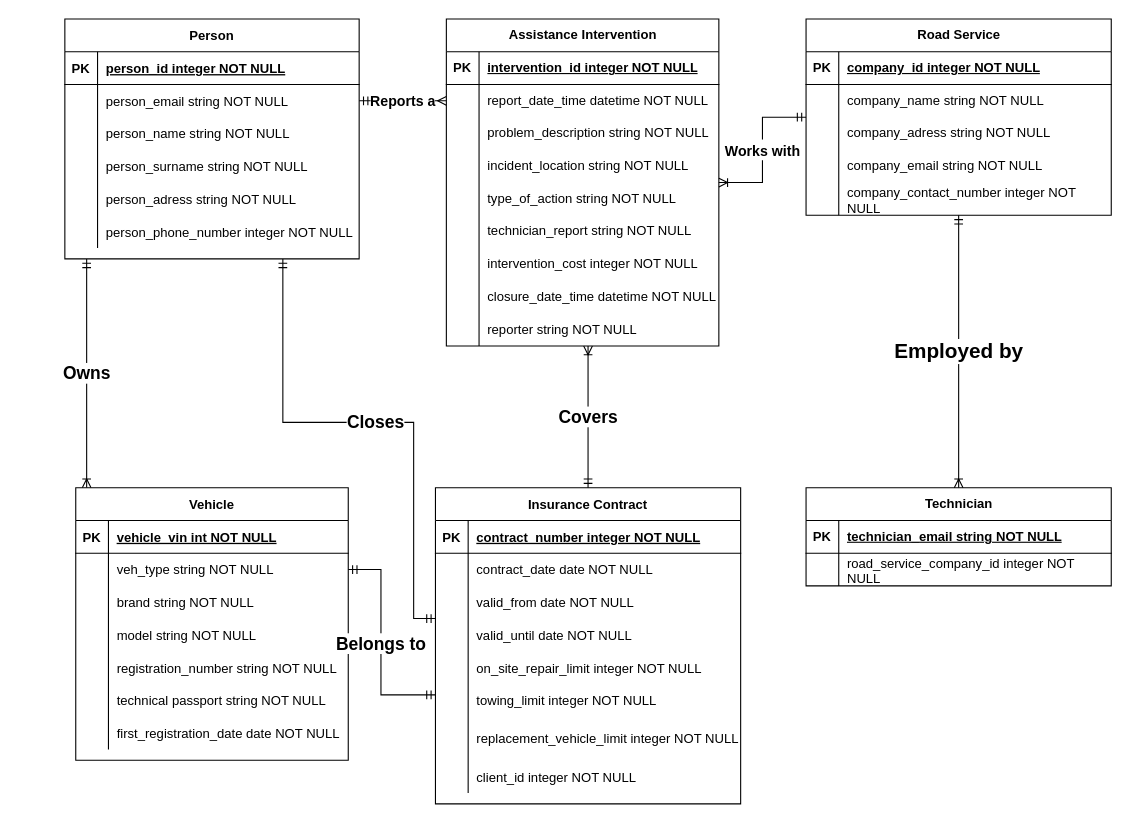
The draw.io diagram IUS DU.drawio in Phelete/IUS-Homework, before the edit. Source tidied: cells renumbered, new cells numbered last; positions are measured from the earlier drawing's top-left corner, leaving out a move shared by most shapes. Both pictures are drawn from the tidied source at 109%, with x=0, y=0 at pixel (64, 19).
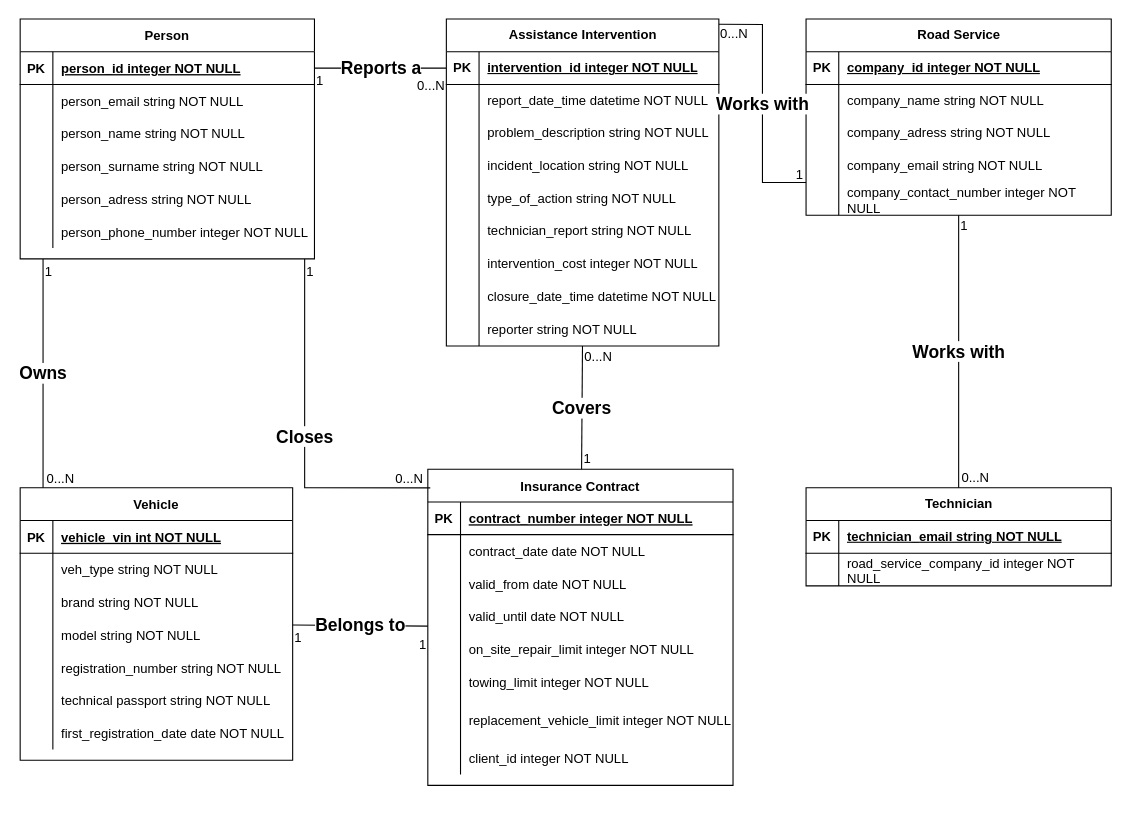
After the change.

The change refers to these unchanged cells:
```xml
<mxCell id="29" style="shape=partialRectangle;fillColor=none;points=[[0,0.5],[1,0.5]];portConstraint=eastwest;top=0;left=0;right=0;bottom=1;" parent="28" vertex="1">
  <mxGeometry y="30" width="270" height="30" as="geometry" />
</mxCell>
<mxCell id="32" style="shape=partialRectangle;fillColor=none;points=[[0,0.5],[1,0.5]];portConstraint=eastwest;top=0;left=0;right=0;bottom=0;" parent="28" vertex="1">
  <mxGeometry y="60" width="270" height="30" as="geometry" />
</mxCell>
<mxCell id="51" style="shape=partialRectangle;fillColor=none;points=[[0,0.5],[1,0.5]];portConstraint=eastwest;top=0;left=0;right=0;bottom=0;" parent="47" vertex="1">
  <mxGeometry y="60" width="250" height="30" as="geometry" />
</mxCell>
<mxCell id="70" value="&lt;strong&gt;Assistance Intervention&lt;/strong&gt;" style="shape=table;startSize=30;childLayout=tableLayout;rowLines=0;fontStyle=1;align=center;html=1;" parent="1" vertex="1">
  <mxGeometry x="350" width="250" height="300" as="geometry" />
</mxCell>
<mxCell id="71" style="shape=tableRow;horizontal=0;startSize=0;swimlaneHead=0;swimlaneBody=0;fillColor=none;points=[[0,0.5],[1,0.5]];portConstraint=eastwest;top=0;left=0;right=0;bottom=1;" parent="70" vertex="1">
  <mxGeometry y="30" width="250" height="30" as="geometry" />
</mxCell>
<mxCell id="74" style="shape=tableRow;horizontal=0;startSize=0;swimlaneHead=0;swimlaneBody=0;fillColor=none;points=[[0,0.5],[1,0.5]];portConstraint=eastwest;top=0;left=0;right=0;bottom=0;" parent="70" vertex="1">
  <mxGeometry y="60" width="250" height="30" as="geometry" />
</mxCell>
<mxCell id="95" style="shape=tableRow;horizontal=0;startSize=0;swimlaneHead=0;swimlaneBody=0;fillColor=none;points=[[0,0.5],[1,0.5]];portConstraint=eastwest;top=0;left=0;right=0;bottom=0;" parent="70" vertex="1">
  <mxGeometry y="270" width="250" height="30" as="geometry" />
</mxCell>
<mxCell id="98" value="&lt;strong&gt;Technician&lt;/strong&gt;" style="shape=table;startSize=30;childLayout=tableLayout;rowLines=0;fontStyle=1;align=center;html=1;" parent="1" vertex="1">
  <mxGeometry x="680" y="430" width="280" height="90" as="geometry" />
</mxCell>
<mxCell id="106" value="Road Service" style="shape=table;startSize=30;childLayout=tableLayout;rowLines=0;fontStyle=1;align=center;html=1;" parent="1" vertex="1">
  <mxGeometry x="680" width="280" height="180" as="geometry" />
</mxCell>
```

Diff of the diagram source:
```diff
@@
     <mxCell id="2" value="Insurance Contract" style="shape=table;startSize=30;childLayout=tableLayout;rowLines=0;fontStyle=1;align=center;" parent="1" vertex="1">
-      <mxGeometry x="340" y="430" width="280" height="290" as="geometry" />
+      <mxGeometry x="333" y="413" width="280" height="290" as="geometry" />
     </mxCell>
@@
-    <mxCell id="27" value="&lt;b&gt;Owns&lt;/b&gt;" style="edgeStyle=orthogonalEdgeStyle;rounded=0;jettySize=auto;html=1;fontSize=16;startArrow=ERmandOne;startFill=0;endArrow=ERoneToMany;endFill=0;" parent="1" edge="1" source="28" target="47">
-      <mxGeometry relative="1" as="geometry">
-        <Array as="points">
-          <mxPoint x="20" y="370" />
-          <mxPoint x="20" y="370" />
-        </Array>
-      </mxGeometry>
-    </mxCell>
     <mxCell id="28" value="Person" style="shape=table;startSize=30;childLayout=tableLayout;rowLines=0;fontStyle=1;align=center;" parent="1" vertex="1">
-      <mxGeometry width="270" height="220" as="geometry" />
+      <mxGeometry x="-41" width="270" height="220" as="geometry" />
     </mxCell>
@@
     <mxCell id="47" value="Vehicle" style="shape=table;startSize=30;childLayout=tableLayout;rowLines=0;fontStyle=1;align=center;" parent="1" vertex="1">
-      <mxGeometry x="10" y="430" width="250" height="250" as="geometry" />
+      <mxGeometry x="-41" y="430" width="250" height="250" as="geometry" />
     </mxCell>
@@
-    <mxCell id="69" value="&lt;font style=&quot;font-size: 13px;&quot;&gt;Works with&lt;br&gt;&lt;/font&gt;" style="edgeStyle=orthogonalEdgeStyle;rounded=0;jettySize=auto;html=1;startArrow=ERoneToMany;startFill=0;endArrow=ERmandOne;endFill=0;fontSize=16;fontStyle=1;" parent="1" edge="1" source="70" target="106">
-      <mxGeometry relative="1" as="geometry" />
-    </mxCell>
@@
-    <mxCell id="105" value="&lt;b&gt;Employed by&lt;/b&gt;" style="edgeStyle=orthogonalEdgeStyle;rounded=0;jettySize=auto;html=1;entryX=0.5;entryY=0;entryDx=0;entryDy=0;startArrow=ERmandOne;startFill=0;endArrow=ERoneToMany;endFill=0;fontSize=19;" parent="1" edge="1" source="106" target="98">
-      <mxGeometry relative="1" as="geometry" />
-    </mxCell>
@@
+    <mxCell id="27" value="Owns" style="endArrow=none;html=1;rounded=0;fontSize=16;fontStyle=1;" parent="1" edge="1">
+      <mxGeometry relative="1" as="geometry">
+        <mxPoint x="-20" y="220" as="sourcePoint" />
+        <mxPoint x="-20" y="430" as="targetPoint" />
+      </mxGeometry>
+    </mxCell>
+    <mxCell id="126" value="1" style="html=1;whiteSpace=wrap;align=left;verticalAlign=bottom;" parent="27" vertex="1">
+      <mxGeometry x="-1" relative="1" as="geometry">
+        <mxPoint y="20" as="offset" />
+      </mxGeometry>
+    </mxCell>
+    <mxCell id="127" value="0...N" style="html=1;whiteSpace=wrap;align=right;verticalAlign=bottom;" parent="27" vertex="1">
+      <mxGeometry x="1" relative="1" as="geometry">
+        <mxPoint x="30" as="offset" />
+      </mxGeometry>
+    </mxCell>
+    <mxCell id="124" value="Reports a" style="endArrow=none;html=1;rounded=0;fontSize=16;fontStyle=1;exitX=1;exitY=0.5;exitDx=0;exitDy=0;entryX=0;entryY=0.5;entryDx=0;entryDy=0;" parent="1" edge="1" source="29" target="71">
+      <mxGeometry relative="1" as="geometry" />
+    </mxCell>
+    <mxCell id="128" value="1" style="html=1;whiteSpace=wrap;align=left;verticalAlign=bottom;" parent="124" vertex="1">
+      <mxGeometry x="-1" relative="1" as="geometry">
+        <mxPoint y="20" as="offset" />
+      </mxGeometry>
+    </mxCell>
+    <mxCell id="129" value="0...N" style="html=1;whiteSpace=wrap;align=right;verticalAlign=bottom;" parent="124" vertex="1">
+      <mxGeometry x="1" relative="1" as="geometry">
+        <mxPoint y="25" as="offset" />
+      </mxGeometry>
+    </mxCell>
+    <mxCell id="123" value="Belongs to" style="endArrow=none;html=1;rounded=0;fontSize=16;fontStyle=1;" parent="1" edge="1" source="47" target="2">
+      <mxGeometry relative="1" as="geometry" />
+    </mxCell>
+    <mxCell id="130" value="1" style="html=1;whiteSpace=wrap;align=left;verticalAlign=bottom;" parent="123" vertex="1">
+      <mxGeometry x="-1" relative="1" as="geometry">
+        <mxPoint y="20" as="offset" />
+      </mxGeometry>
+    </mxCell>
+    <mxCell id="131" value="1" style="html=1;whiteSpace=wrap;align=right;verticalAlign=bottom;" parent="123" vertex="1">
+      <mxGeometry x="1" relative="1" as="geometry">
+        <mxPoint y="25" as="offset" />
+      </mxGeometry>
+    </mxCell>
+    <mxCell id="125" value="Covers" style="endArrow=none;html=1;rounded=0;fontSize=16;fontStyle=1;" parent="1" edge="1" source="95" target="2">
+      <mxGeometry relative="1" as="geometry" />
+    </mxCell>
+    <mxCell id="132" value="0...N" style="html=1;whiteSpace=wrap;align=left;verticalAlign=bottom;" parent="125" vertex="1">
+      <mxGeometry x="-1" relative="1" as="geometry">
+        <mxPoint y="18" as="offset" />
+      </mxGeometry>
+    </mxCell>
+    <mxCell id="133" value="1" style="html=1;whiteSpace=wrap;align=right;verticalAlign=bottom;" parent="125" vertex="1">
+      <mxGeometry x="1" relative="1" as="geometry">
+        <mxPoint x="10" y="-1" as="offset" />
+      </mxGeometry>
+    </mxCell>
-    <mxCell id="122" value="&lt;font style=&quot;font-size: 16px;&quot;&gt;&lt;b&gt;Closes&lt;br&gt;&lt;/b&gt;&lt;/font&gt;" style="edgeStyle=orthogonalEdgeStyle;rounded=0;jettySize=auto;html=1;startArrow=ERmandOne;startFill=0;endArrow=ERmandOne;endFill=0;" parent="1" edge="1" target="2">
+    <mxCell id="122" value="Closes" style="endArrow=none;html=1;rounded=0;fontSize=16;fontStyle=1;entryX=0.008;entryY=0.059;entryDx=0;entryDy=0;entryPerimeter=0;" parent="1" edge="1" target="2">
       <mxGeometry relative="1" as="geometry">
-        <mxPoint x="200" y="220" as="sourcePoint" />
+        <mxPoint x="220" y="220" as="sourcePoint" />
         <Array as="points">
-          <mxPoint x="200" y="370" />
-          <mxPoint x="320" y="370" />
-          <mxPoint x="320" y="550" />
+          <mxPoint x="220" y="430" />
         </Array>
       </mxGeometry>
     </mxCell>
-    <mxCell id="123" value="&lt;b style=&quot;font-size: 16px;&quot;&gt;Belongs to&lt;br&gt;&lt;/b&gt;" style="edgeStyle=orthogonalEdgeStyle;rounded=0;jettySize=auto;html=1;startArrow=ERmandOne;startFill=0;endArrow=ERmandOne;endFill=0;" parent="1" edge="1" source="51" target="2">
-      <mxGeometry relative="1" as="geometry">
-        <Array as="points">
-          <mxPoint x="290" y="505" />
-          <mxPoint x="290" y="620" />
-        </Array>
-      </mxGeometry>
-    </mxCell>
-    <mxCell id="124" value="Reports a" style="edgeStyle=orthogonalEdgeStyle;rounded=0;jettySize=auto;html=1;entryX=0;entryY=0.5;entryDx=0;entryDy=0;fontSize=13;fontStyle=1;startArrow=ERmandOne;startFill=0;endArrow=ERmany;endFill=0;" parent="1" edge="1" source="32" target="74">
-      <mxGeometry relative="1" as="geometry" />
-    </mxCell>
-    <mxCell id="125" value="&lt;font size=&quot;1&quot;&gt;&lt;b style=&quot;font-size: 16px;&quot;&gt;Covers&lt;/b&gt;&lt;/font&gt;" style="edgeStyle=orthogonalEdgeStyle;rounded=0;jettySize=auto;html=1;startArrow=ERoneToMany;startFill=0;endArrow=ERmandOne;endFill=0;" parent="1" edge="1" source="70">
-      <mxGeometry relative="1" as="geometry">
-        <mxPoint x="480" y="430" as="targetPoint" />
-        <Array as="points">
-          <mxPoint x="480" y="430" />
-        </Array>
-      </mxGeometry>
-    </mxCell>
+    <mxCell id="134" value="1" style="html=1;whiteSpace=wrap;align=left;verticalAlign=bottom;" parent="122" vertex="1">
+      <mxGeometry x="-1" relative="1" as="geometry">
+        <mxPoint y="20" as="offset" />
+      </mxGeometry>
+    </mxCell>
+    <mxCell id="135" value="0...N" style="html=1;whiteSpace=wrap;align=right;verticalAlign=bottom;" parent="122" vertex="1">
+      <mxGeometry x="1" relative="1" as="geometry">
+        <mxPoint x="-5" as="offset" />
+      </mxGeometry>
+    </mxCell>
+    <mxCell id="136" value="Works with" style="endArrow=none;html=1;rounded=0;fontSize=16;fontStyle=1;exitX=1;exitY=0.016;exitDx=0;exitDy=0;exitPerimeter=0;" parent="1" edge="1" source="70">
+      <mxGeometry relative="1" as="geometry">
+        <mxPoint x="680" y="150" as="targetPoint" />
+        <Array as="points">
+          <mxPoint x="640" y="5" />
+          <mxPoint x="640" y="50" />
+          <mxPoint x="640" y="90" />
+          <mxPoint x="640" y="120" />
+          <mxPoint x="640" y="150" />
+        </Array>
+      </mxGeometry>
+    </mxCell>
+    <mxCell id="137" value="1" style="html=1;whiteSpace=wrap;align=left;verticalAlign=bottom;" parent="136" vertex="1">
+      <mxGeometry x="-1" relative="1" as="geometry">
+        <mxPoint x="69" y="146" as="offset" />
+      </mxGeometry>
+    </mxCell>
+    <mxCell id="138" value="0...N" style="html=1;whiteSpace=wrap;align=right;verticalAlign=bottom;" parent="136" vertex="1">
+      <mxGeometry x="1" relative="1" as="geometry">
+        <mxPoint x="-52" y="-128" as="offset" />
+      </mxGeometry>
+    </mxCell>
+    <mxCell id="105" value="Works with" style="endArrow=none;html=1;rounded=0;fontSize=16;fontStyle=1;" parent="1" edge="1" source="106" target="98">
+      <mxGeometry relative="1" as="geometry" />
+    </mxCell>
+    <mxCell id="139" value="1" style="html=1;whiteSpace=wrap;align=left;verticalAlign=bottom;" parent="105" vertex="1">
+      <mxGeometry x="-1" relative="1" as="geometry">
+        <mxPoint y="18" as="offset" />
+      </mxGeometry>
+    </mxCell>
+    <mxCell id="140" value="0...N" style="html=1;whiteSpace=wrap;align=left;verticalAlign=bottom;" parent="1" vertex="1">
+      <mxGeometry x="821" y="429" as="geometry" />
+    </mxCell>
```
